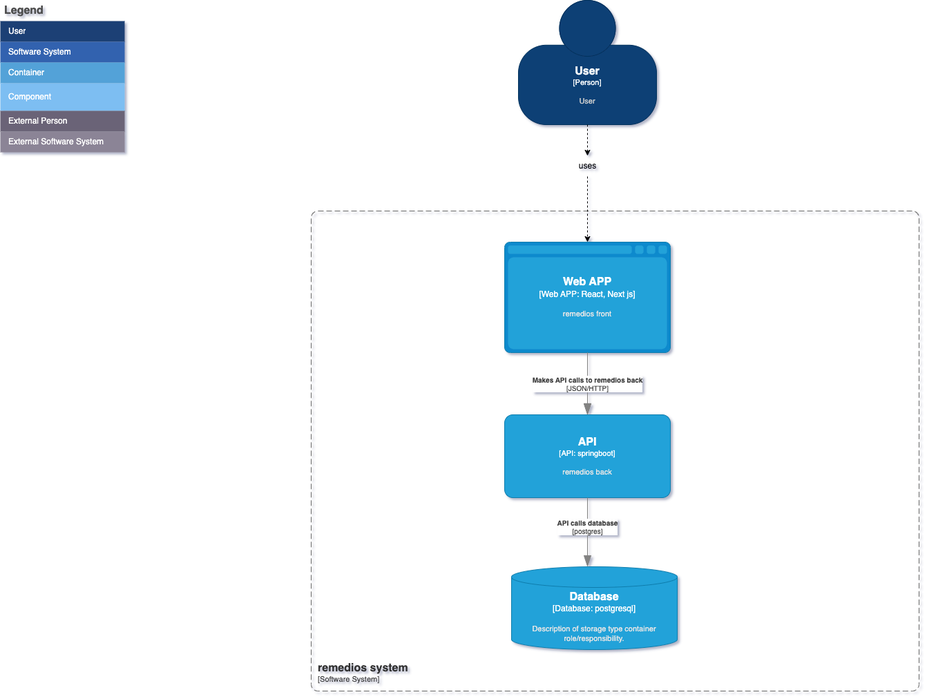
Before: docs/Arquitetura/assets/level-2.png, a diagram exported from draw.io (sprintcampus/processos). Source tidied: cells renumbered, new cells last; positions are measured from the earlier drawing's top-left corner, leaving out a move shared by most shapes.
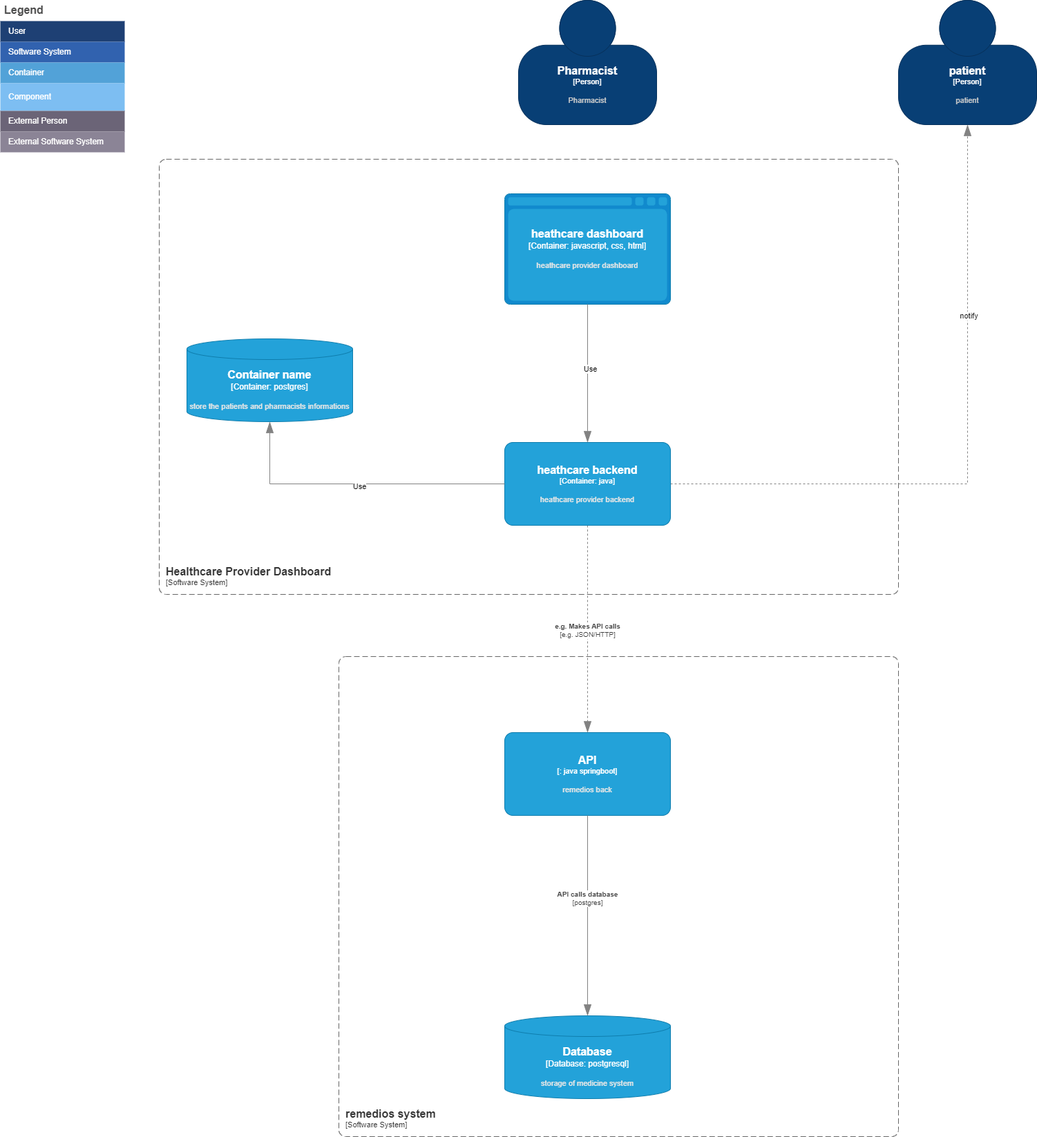
Later version of the same file.

What changed in the source:
```diff
@@ -41,61 +41,88 @@
     <mxCell id="14" value="External Software System" style="shape=partialRectangle;html=1;whiteSpace=wrap;strokeColor=inherit;overflow=hidden;fillColor=#8b8496;top=0;left=0;bottom=0;right=0;fontSize=12;align=left;fontColor=#FFFFFF;gradientColor=none;spacingLeft=10;spacingRight=4;" parent="13" vertex="1">
       <mxGeometry width="180" height="30" as="geometry" />
     </mxCell>
-    <object id="15" label="&lt;font style=&quot;font-size: 16px&quot;&gt;&lt;b&gt;%c4Name%&lt;/b&gt;&lt;/font&gt;&lt;div&gt;[%c4Type%]&lt;/div&gt;&lt;br&gt;&lt;div&gt;&lt;font style=&quot;font-size: 11px&quot;&gt;&lt;font color=&quot;#cccccc&quot;&gt;%c4Description%&lt;/font&gt;&lt;/div&gt;" c4Description="User" c4Name="User" c4Type="Person" placeholders="1">
+    <object id="15" label="&lt;font style=&quot;font-size: 16px&quot;&gt;&lt;b&gt;%c4Name%&lt;/b&gt;&lt;/font&gt;&lt;div&gt;[%c4Type%]&lt;/div&gt;&lt;br&gt;&lt;div&gt;&lt;font style=&quot;font-size: 11px&quot;&gt;&lt;font color=&quot;#cccccc&quot;&gt;%c4Description%&lt;/font&gt;&lt;/div&gt;" c4Description="Pharmacist" c4Name="Pharmacist" c4Type="Person" placeholders="1">
       <mxCell style="html=1;fontSize=11;dashed=0;whiteSpace=wrap;fillColor=#083F75;strokeColor=#06315C;fontColor=#ffffff;shape=mxgraph.c4.person2;align=center;" parent="1" vertex="1">
         <mxGeometry x="750" width="200" height="180" as="geometry" />
       </mxCell>
     </object>
     <object id="16" label="&lt;font style=&quot;font-size: 16px&quot;&gt;&lt;b&gt;&lt;div style=&quot;text-align: left&quot;&gt;%c4Name%&lt;/div&gt;&lt;/b&gt;&lt;/font&gt;&lt;div style=&quot;text-align: left&quot;&gt;[%c4Application%]&lt;/div&gt;" c4Application="Software System" c4Name="remedios system" c4Type="SystemScopeBoundary" placeholders="1">
       <mxCell style="rounded=1;fontSize=11;whiteSpace=wrap;html=1;dashed=1;arcSize=20;fillColor=none;strokeColor=#666666;fontColor=#333333;labelBackgroundColor=none;align=left;verticalAlign=bottom;labelBorderColor=none;spacingTop=0;spacing=10;dashPattern=8 4;perimeter=rectanglePerimeter;noLabel=0;labelPadding=0;absoluteArcSize=1;" parent="1" vertex="1">
-        <mxGeometry x="450" y="305" width="880" height="695" as="geometry" />
+        <mxGeometry x="490" y="950" width="810" height="695" as="geometry" />
       </mxCell>
     </object>
-    <object id="17" label="&lt;font style=&quot;font-size: 16px&quot;&gt;&lt;b&gt;%c4Type%&lt;/b&gt;&lt;/font&gt;&lt;div&gt;[%c4Type%:&amp;nbsp;%c4Technology%]&lt;/div&gt;&lt;br&gt;&lt;div&gt;&lt;font style=&quot;font-size: 11px&quot;&gt;&lt;font color=&quot;#E6E6E6&quot;&gt;%c4Description%&lt;/font&gt;&lt;/div&gt;" c4Description="remedios front" c4Name="remedios front" c4Technology="React, Next js" c4Type="Web APP" placeholders="1">
-      <mxCell style="shape=mxgraph.c4.webBrowserContainer2;whiteSpace=wrap;html=1;boundedLbl=1;rounded=0;labelBackgroundColor=none;strokeColor=#118ACD;fillColor=#23A2D9;strokeColor=#118ACD;strokeColor2=#0E7DAD;fontSize=12;fontColor=#ffffff;align=center;points=[[0.5,0,0],[1,0.25,0],[1,0.5,0],[1,0.75,0],[0.5,1,0],[0,0.75,0],[0,0.5,0],[0,0.25,0]];" parent="1" vertex="1">
-        <mxGeometry x="730" y="350" width="240" height="160" as="geometry" />
-      </mxCell>
-    </object>
-    <object id="18" label="&lt;font style=&quot;font-size: 16px&quot;&gt;&lt;b&gt;%c4Type%&lt;/b&gt;&lt;/font&gt;&lt;div&gt;[%c4Type%:&amp;nbsp;%c4Technology%]&lt;/div&gt;&lt;br&gt;&lt;div&gt;&lt;font style=&quot;font-size: 11px&quot;&gt;&lt;font color=&quot;#E6E6E6&quot;&gt;%c4Description%&lt;/font&gt;&lt;/div&gt;" c4Description="Description of storage type container role/responsibility." c4Name="database" c4Technology="postgresql" c4Type="Database" placeholders="1">
+    <object id="18" label="&lt;font style=&quot;font-size: 16px&quot;&gt;&lt;b&gt;%c4Type%&lt;/b&gt;&lt;/font&gt;&lt;div&gt;[%c4Type%:&amp;nbsp;%c4Technology%]&lt;/div&gt;&lt;br&gt;&lt;div&gt;&lt;font style=&quot;font-size: 11px&quot;&gt;&lt;font color=&quot;#E6E6E6&quot;&gt;%c4Description%&lt;/font&gt;&lt;/div&gt;" c4Description="storage of medicine system" c4Name="database" c4Technology="postgresql" c4Type="Database" placeholders="1">
       <mxCell style="shape=cylinder3;size=15;whiteSpace=wrap;html=1;boundedLbl=1;rounded=0;labelBackgroundColor=none;fillColor=#23A2D9;fontSize=12;fontColor=#ffffff;align=center;strokeColor=#0E7DAD;" parent="1" vertex="1">
-        <mxGeometry x="740" y="820" width="240" height="120" as="geometry" />
+        <mxGeometry x="730" y="1470" width="240" height="120" as="geometry" />
       </mxCell>
     </object>
-    <object id="19" label="&lt;font style=&quot;font-size: 16px&quot;&gt;&lt;b&gt;%c4Name%&lt;/b&gt;&lt;/font&gt;&lt;div&gt;[%c4Type%: %c4Technology%]&lt;/div&gt;&lt;br&gt;&lt;div&gt;&lt;font style=&quot;font-size: 11px&quot;&gt;&lt;font color=&quot;#E6E6E6&quot;&gt;%c4Description%&lt;/font&gt;&lt;/div&gt;" c4Description="remedios back" c4Name="API" c4Technology="springboot" c4Type="API" placeholders="1">
+    <object id="19" label="&lt;font style=&quot;font-size: 16px&quot;&gt;&lt;b&gt;%c4Name%&lt;/b&gt;&lt;/font&gt;&lt;div&gt;[%c4Type%: %c4Technology%]&lt;/div&gt;&lt;br&gt;&lt;div&gt;&lt;font style=&quot;font-size: 11px&quot;&gt;&lt;font color=&quot;#E6E6E6&quot;&gt;%c4Description%&lt;/font&gt;&lt;/div&gt;" c4Description="remedios back" c4Name="API" c4Technology="java springboot" c4Type="" placeholders="1">
       <mxCell style="rounded=1;whiteSpace=wrap;html=1;fontSize=11;labelBackgroundColor=none;fillColor=#23A2D9;fontColor=#ffffff;align=center;arcSize=10;strokeColor=#0E7DAD;points=[[0.25,0,0],[0.5,0,0],[0.75,0,0],[1,0.25,0],[1,0.5,0],[1,0.75,0],[0.75,1,0],[0.5,1,0],[0.25,1,0],[0,0.75,0],[0,0.5,0],[0,0.25,0]];" parent="1" vertex="1">
-        <mxGeometry x="730" y="600" width="240" height="120" as="geometry" />
+        <mxGeometry x="730" y="1060" width="240" height="120" as="geometry" />
       </mxCell>
     </object>
-    <object id="20" label="&lt;div style=&quot;text-align: left&quot;&gt;&lt;div style=&quot;text-align: center&quot;&gt;&lt;b&gt;%c4Description%&lt;/b&gt;&lt;/div&gt;&lt;div style=&quot;text-align: center&quot;&gt;[%c4Technology%]&lt;/div&gt;&lt;/div&gt;" c4Description="Makes API calls to remedios back" c4Technology="JSON/HTTP" c4Type="Relationship" placeholders="1">
-      <mxCell style="endArrow=blockThin;html=1;fontSize=10;fontColor=#404040;strokeWidth=1;endFill=1;strokeColor=#828282;elbow=vertical;endSize=14;startSize=14;jumpStyle=arc;jumpSize=16;rounded=0;edgeStyle=orthogonalEdgeStyle;exitX=0.5;exitY=1;exitDx=0;exitDy=0;exitPerimeter=0;entryX=0.5;entryY=0;entryDx=0;entryDy=0;entryPerimeter=0;" parent="1" edge="1" source="17" target="19">
-        <mxGeometry relative="1" as="geometry" />
-      </mxCell>
-    </object>
-    <object id="21" label="&lt;div style=&quot;text-align: left&quot;&gt;&lt;div style=&quot;text-align: center&quot;&gt;&lt;b&gt;%c4Description%&lt;/b&gt;&lt;/div&gt;&lt;div style=&quot;text-align: center&quot;&gt;[%c4Technology%]&lt;/div&gt;&lt;/div&gt;" c4Description="Makes API calls to remedios back" c4Technology="JSON/HTTP" c4Type="Relationship" placeholders="1">
-      <mxCell style="endArrow=blockThin;html=1;fontSize=10;fontColor=#404040;strokeWidth=1;endFill=1;strokeColor=#828282;elbow=vertical;endSize=14;startSize=14;jumpStyle=arc;jumpSize=16;rounded=0;edgeStyle=orthogonalEdgeStyle;exitX=0.5;exitY=1;exitDx=0;exitDy=0;exitPerimeter=0;entryX=0.5;entryY=0;entryDx=0;entryDy=0;entryPerimeter=0;" parent="1" edge="1">
-        <mxGeometry relative="1" as="geometry">
-          <mxPoint x="850" y="510" as="sourcePoint" />
-          <mxPoint x="850" y="600" as="targetPoint" />
-        </mxGeometry>
-      </mxCell>
-    </object>
     <object id="22" label="&lt;div style=&quot;text-align: left&quot;&gt;&lt;div style=&quot;text-align: center&quot;&gt;&lt;b&gt;%c4Description%&lt;/b&gt;&lt;/div&gt;&lt;div style=&quot;text-align: center&quot;&gt;[%c4Technology%]&lt;/div&gt;&lt;/div&gt;" c4Description="API calls database" c4Technology="postgres" c4Type="Relationship" placeholders="1">
       <mxCell style="endArrow=blockThin;html=1;fontSize=10;fontColor=#404040;strokeWidth=1;endFill=1;strokeColor=#828282;elbow=vertical;endSize=14;startSize=14;jumpStyle=arc;jumpSize=16;rounded=0;edgeStyle=orthogonalEdgeStyle;" parent="1" edge="1" source="19">
         <mxGeometry x="-0.17" relative="1" as="geometry">
-          <mxPoint x="850" y="820" as="targetPoint" />
+          <mxPoint x="850" y="1470" as="targetPoint" />
         </mxGeometry>
       </mxCell>
     </object>
-    <mxCell id="23" style="endArrow=classic;html=1;rounded=0;exitX=0.5;exitY=1;exitDx=0;exitDy=0;exitPerimeter=0;entryX=0.5;entryY=0;entryDx=0;entryDy=0;entryPerimeter=0;dashed=1;" parent="1" edge="1" source="25" target="17">
-      <mxGeometry relative="1" as="geometry" />
-    </mxCell>
-    <mxCell id="24" style="endArrow=classic;html=1;rounded=0;entryX=0.5;entryY=0;entryDx=0;entryDy=0;entryPerimeter=0;dashed=1;" parent="1" edge="1" target="25">
-      <mxGeometry relative="1" as="geometry">
-        <mxPoint x="850" y="180" as="sourcePoint" />
-      </mxGeometry>
-    </mxCell>
-    <mxCell id="25" value="uses" style="text;html=1;align=center;verticalAlign=middle;points=[];strokeColor=none;fillColor=none;" parent="1" vertex="1">
-      <mxGeometry x="825" y="225" width="50" height="30" as="geometry" />
-    </mxCell>
+    <object id="26" label="&lt;font style=&quot;font-size: 16px&quot;&gt;&lt;b&gt;&lt;div style=&quot;text-align: left&quot;&gt;%c4Name%&lt;/div&gt;&lt;/b&gt;&lt;/font&gt;&lt;div style=&quot;text-align: left&quot;&gt;[%c4Application%]&lt;/div&gt;" c4Application="Software System" c4Name="Healthcare Provider Dashboard" c4Type="SystemScopeBoundary" placeholders="1">
+      <mxCell style="rounded=1;fontSize=11;whiteSpace=wrap;html=1;dashed=1;arcSize=20;fillColor=none;strokeColor=#666666;fontColor=#333333;labelBackgroundColor=none;align=left;verticalAlign=bottom;labelBorderColor=none;spacingTop=0;spacing=10;dashPattern=8 4;perimeter=rectanglePerimeter;noLabel=0;labelPadding=0;absoluteArcSize=1;" parent="1" vertex="1">
+        <mxGeometry x="230" y="230" width="1070" height="630" as="geometry" />
+      </mxCell>
+    </object>
+    <object id="27" label="&lt;font style=&quot;font-size: 16px&quot;&gt;&lt;b&gt;%c4Name%&lt;/b&gt;&lt;/font&gt;&lt;div&gt;[%c4Type%]&lt;/div&gt;&lt;br&gt;&lt;div&gt;&lt;font style=&quot;font-size: 11px&quot;&gt;&lt;font color=&quot;#cccccc&quot;&gt;%c4Description%&lt;/font&gt;&lt;/div&gt;" c4Description="patient" c4Name="patient" c4Type="Person" placeholders="1">
+      <mxCell style="html=1;fontSize=11;dashed=0;whiteSpace=wrap;fillColor=#083F75;strokeColor=#06315C;fontColor=#ffffff;shape=mxgraph.c4.person2;align=center;points=[[0.5,0,0],[1,0.5,0],[1,0.75,0],[0.75,1,0],[0.5,1,0],[0.25,1,0],[0,0.75,0],[0,0.5,0]];" parent="1" vertex="1">
+        <mxGeometry x="1300" width="200" height="180" as="geometry" />
+      </mxCell>
+    </object>
+    <object id="28" label="&lt;div style=&quot;text-align: left&quot;&gt;&lt;div style=&quot;text-align: center&quot;&gt;&lt;b&gt;%c4Description%&lt;/b&gt;&lt;/div&gt;&lt;div style=&quot;text-align: center&quot;&gt;[%c4Technology%]&lt;/div&gt;&lt;/div&gt;" c4Description="e.g. Makes API calls" c4Technology="e.g. JSON/HTTP" c4Type="Relationship" placeholders="1">
+      <mxCell style="endArrow=blockThin;html=1;fontSize=10;fontColor=#404040;strokeWidth=1;endFill=1;strokeColor=#828282;elbow=vertical;endSize=14;startSize=14;jumpStyle=arc;jumpSize=16;rounded=0;edgeStyle=orthogonalEdgeStyle;entryX=0.5;entryY=0;entryDx=0;entryDy=0;entryPerimeter=0;dashed=1;exitX=0.5;exitY=1;exitDx=0;exitDy=0;exitPerimeter=0;" parent="1" edge="1" source="32" target="19">
+        <mxGeometry relative="1" as="geometry" />
+      </mxCell>
+    </object>
+    <object id="29" label="&lt;font style=&quot;font-size: 16px&quot;&gt;&lt;b&gt;%c4Name%&lt;/b&gt;&lt;/font&gt;&lt;div&gt;[%c4Type%:&amp;nbsp;%c4Technology%]&lt;/div&gt;&lt;br&gt;&lt;div&gt;&lt;font style=&quot;font-size: 11px&quot;&gt;&lt;font color=&quot;#E6E6E6&quot;&gt;%c4Description%&lt;/font&gt;&lt;/div&gt;" c4Description="heathcare provider dashboard" c4Name="heathcare dashboard" c4Technology="javascript, css, html" c4Type="Container" placeholders="1">
+      <mxCell style="shape=mxgraph.c4.webBrowserContainer2;whiteSpace=wrap;html=1;boundedLbl=1;rounded=0;labelBackgroundColor=none;strokeColor=#118ACD;fillColor=#23A2D9;strokeColor=#118ACD;strokeColor2=#0E7DAD;fontSize=12;fontColor=#ffffff;align=center;points=[[0.5,0,0],[1,0.25,0],[1,0.5,0],[1,0.75,0],[0.5,1,0],[0,0.75,0],[0,0.5,0],[0,0.25,0]];" parent="1" vertex="1">
+        <mxGeometry x="730" y="280" width="240" height="160" as="geometry" />
+      </mxCell>
+    </object>
+    <object id="30" label="" c4Type="Relationship" placeholders="1">
+      <mxCell style="endArrow=blockThin;html=1;fontSize=10;fontColor=#404040;strokeWidth=1;endFill=1;strokeColor=#828282;elbow=vertical;endSize=14;startSize=14;jumpStyle=arc;jumpSize=16;rounded=0;edgeStyle=orthogonalEdgeStyle;entryX=0.5;entryY=1;entryDx=0;entryDy=0;entryPerimeter=0;dashed=1;exitX=1;exitY=0.5;exitDx=0;exitDy=0;exitPerimeter=0;" parent="1" edge="1" source="32" target="27">
+        <mxGeometry relative="1" as="geometry" />
+      </mxCell>
+    </object>
+    <mxCell id="31" value="notify" style="edgeLabel;html=1;align=center;verticalAlign=middle;" parent="30" vertex="1">
+      <mxGeometry x="-0.06" y="1" relative="1" as="geometry">
+        <mxPoint x="1" y="-231" as="offset" />
+      </mxGeometry>
+    </mxCell>
+    <object id="32" label="&lt;font style=&quot;font-size: 16px&quot;&gt;&lt;b&gt;%c4Name%&lt;/b&gt;&lt;/font&gt;&lt;div&gt;[%c4Type%: %c4Technology%]&lt;/div&gt;&lt;br&gt;&lt;div&gt;&lt;font style=&quot;font-size: 11px&quot;&gt;&lt;font color=&quot;#E6E6E6&quot;&gt;%c4Description%&lt;/font&gt;&lt;/div&gt;" c4Description="heathcare provider backend" c4Name="heathcare backend" c4Technology="java" c4Type="Container" placeholders="1">
+      <mxCell style="rounded=1;whiteSpace=wrap;html=1;fontSize=11;labelBackgroundColor=none;fillColor=#23A2D9;fontColor=#ffffff;align=center;arcSize=10;strokeColor=#0E7DAD;points=[[0.25,0,0],[0.5,0,0],[0.75,0,0],[1,0.25,0],[1,0.5,0],[1,0.75,0],[0.75,1,0],[0.5,1,0],[0.25,1,0],[0,0.75,0],[0,0.5,0],[0,0.25,0]];" parent="1" vertex="1">
+        <mxGeometry x="730" y="640" width="240" height="120" as="geometry" />
+      </mxCell>
+    </object>
+    <object id="33" label="" c4Type="Relationship" placeholders="1">
+      <mxCell style="endArrow=blockThin;html=1;fontSize=10;fontColor=#404040;strokeWidth=1;endFill=1;strokeColor=#828282;elbow=vertical;endSize=14;startSize=14;jumpStyle=arc;jumpSize=16;rounded=0;edgeStyle=orthogonalEdgeStyle;exitX=0.5;exitY=1;exitDx=0;exitDy=0;exitPerimeter=0;entryX=0.5;entryY=0;entryDx=0;entryDy=0;entryPerimeter=0;" parent="1" edge="1" source="29" target="32">
+        <mxGeometry relative="1" as="geometry" />
+      </mxCell>
+    </object>
+    <mxCell id="34" value="Use" style="edgeLabel;html=1;align=center;verticalAlign=middle;" parent="33" vertex="1">
+      <mxGeometry x="-0.07" y="2" relative="1" as="geometry" />
+    </mxCell>
+    <object id="35" label="&lt;font style=&quot;font-size: 16px&quot;&gt;&lt;b&gt;%c4Name%&lt;/b&gt;&lt;/font&gt;&lt;div&gt;[%c4Type%:&amp;nbsp;%c4Technology%]&lt;/div&gt;&lt;br&gt;&lt;div&gt;&lt;font style=&quot;font-size: 11px&quot;&gt;&lt;font color=&quot;#E6E6E6&quot;&gt;%c4Description%&lt;/font&gt;&lt;/div&gt;" c4Description="store the patients and pharmacists informations" c4Name="Container name" c4Technology="postgres" c4Type="Container" placeholders="1">
+      <mxCell style="shape=cylinder3;size=15;whiteSpace=wrap;html=1;boundedLbl=1;rounded=0;labelBackgroundColor=none;fillColor=#23A2D9;fontSize=12;fontColor=#ffffff;align=center;strokeColor=#0E7DAD;points=[[0.5,0,0],[1,0.25,0],[1,0.5,0],[1,0.75,0],[0.5,1,0],[0,0.75,0],[0,0.5,0],[0,0.25,0]];" parent="1" vertex="1">
+        <mxGeometry x="270" y="490" width="240" height="120" as="geometry" />
+      </mxCell>
+    </object>
+    <object id="36" label="" c4Type="Relationship" placeholders="1">
+      <mxCell style="endArrow=blockThin;html=1;fontSize=10;fontColor=#404040;strokeWidth=1;endFill=1;strokeColor=#828282;elbow=vertical;endSize=14;startSize=14;jumpStyle=arc;jumpSize=16;rounded=0;edgeStyle=orthogonalEdgeStyle;entryX=0.5;entryY=1;entryDx=0;entryDy=0;entryPerimeter=0;exitX=0;exitY=0.5;exitDx=0;exitDy=0;exitPerimeter=0;" parent="1" edge="1" source="32" target="35">
+        <mxGeometry relative="1" as="geometry" />
+      </mxCell>
+    </object>
+    <mxCell id="37" value="Use" style="edgeLabel;html=1;align=center;verticalAlign=middle;" parent="36" vertex="1">
+      <mxGeometry x="-0.02" y="2" relative="1" as="geometry" />
+    </mxCell>
   </root>
 </mxGraphModel>
```
